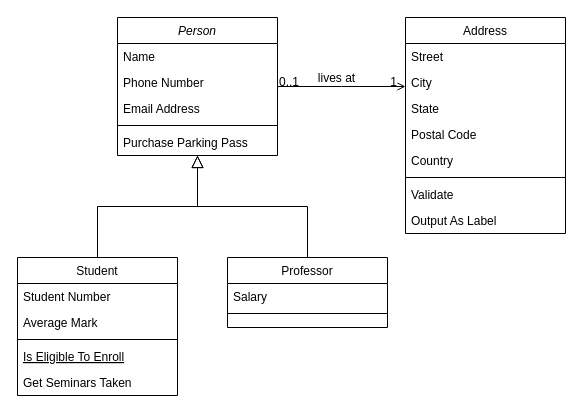
Earlier version of the draw.io diagram lib/src/main/java/com/josiah/training/exercises/spider/websiteSpider.drawio (0xjosiah/intro-to-java). Source tidied: cells renumbered, new cells numbered last; positions are measured from the earlier drawing's top-left corner, leaving out a move shared by most shapes. Both pictures are drawn from the tidied source at 100%, with x=0, y=0 at pixel (17, 17).
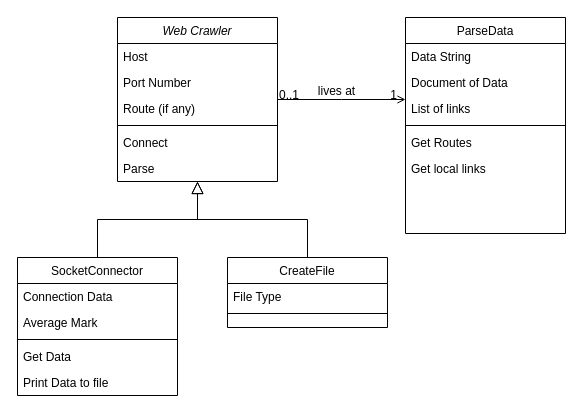
The same page after the edit.

What changed in the source:
```diff
@@
-    <mxCell id="2" value="Person" style="swimlane;fontStyle=2;align=center;verticalAlign=top;horizontal=1;startSize=26;rounded=0;shadow=0;strokeWidth=1;" parent="1" vertex="1">
-      <mxGeometry x="100" width="160" height="138" as="geometry" />
+    <mxCell id="2" value="Web Crawler" style="swimlane;fontStyle=2;align=center;verticalAlign=top;horizontal=1;startSize=26;rounded=0;shadow=0;strokeWidth=1;" parent="1" vertex="1">
+      <mxGeometry x="100" width="160" height="164" as="geometry" />
     </mxCell>
-    <mxCell id="3" value="Name" style="text;align=left;verticalAlign=top;spacingLeft=4;spacingRight=4;overflow=hidden;" parent="2" vertex="1">
+    <mxCell id="3" value="Host" style="text;align=left;verticalAlign=top;spacingLeft=4;spacingRight=4;overflow=hidden;" parent="2" vertex="1">
       <mxGeometry y="26" width="160" height="26" as="geometry" />
     </mxCell>
-    <mxCell id="4" value="Phone Number" style="text;align=left;verticalAlign=top;spacingLeft=4;spacingRight=4;overflow=hidden;rounded=0;shadow=0;html=0;" parent="2" vertex="1">
+    <mxCell id="4" value="Port Number" style="text;align=left;verticalAlign=top;spacingLeft=4;spacingRight=4;overflow=hidden;rounded=0;shadow=0;html=0;" parent="2" vertex="1">
       <mxGeometry y="52" width="160" height="26" as="geometry" />
     </mxCell>
-    <mxCell id="5" value="Email Address" style="text;align=left;verticalAlign=top;spacingLeft=4;spacingRight=4;overflow=hidden;rounded=0;shadow=0;html=0;" parent="2" vertex="1">
+    <mxCell id="5" value="Route (if any)" style="text;align=left;verticalAlign=top;spacingLeft=4;spacingRight=4;overflow=hidden;rounded=0;shadow=0;html=0;" parent="2" vertex="1">
       <mxGeometry y="78" width="160" height="26" as="geometry" />
     </mxCell>
@@
-    <mxCell id="7" value="Purchase Parking Pass" style="text;align=left;verticalAlign=top;spacingLeft=4;spacingRight=4;overflow=hidden;" parent="2" vertex="1">
+    <mxCell id="7" value="Connect" style="text;align=left;verticalAlign=top;spacingLeft=4;spacingRight=4;overflow=hidden;" parent="2" vertex="1">
       <mxGeometry y="112" width="160" height="26" as="geometry" />
     </mxCell>
+    <mxCell id="32" value="Parse" style="text;align=left;verticalAlign=top;spacingLeft=4;spacingRight=4;overflow=hidden;" parent="2" vertex="1">
+      <mxGeometry y="138" width="160" height="26" as="geometry" />
+    </mxCell>
-    <mxCell id="8" value="Student" style="swimlane;fontStyle=0;align=center;verticalAlign=top;horizontal=1;startSize=26;rounded=0;shadow=0;strokeWidth=1;" parent="1" vertex="1">
+    <mxCell id="8" value="SocketConnector" style="swimlane;fontStyle=0;align=center;verticalAlign=top;horizontal=1;startSize=26;rounded=0;shadow=0;strokeWidth=1;" parent="1" vertex="1">
       <mxGeometry y="240" width="160" height="138" as="geometry" />
     </mxCell>
-    <mxCell id="9" value="Student Number" style="text;align=left;verticalAlign=top;spacingLeft=4;spacingRight=4;overflow=hidden;" parent="8" vertex="1">
+    <mxCell id="9" value="Connection Data" style="text;align=left;verticalAlign=top;spacingLeft=4;spacingRight=4;overflow=hidden;" parent="8" vertex="1">
       <mxGeometry y="26" width="160" height="26" as="geometry" />
     </mxCell>
@@
-    <mxCell id="12" value="Is Eligible To Enroll" style="text;align=left;verticalAlign=top;spacingLeft=4;spacingRight=4;overflow=hidden;fontStyle=4;" parent="8" vertex="1">
+    <mxCell id="12" value="Get Data" style="text;align=left;verticalAlign=top;spacingLeft=4;spacingRight=4;overflow=hidden;fontStyle=0;" parent="8" vertex="1">
       <mxGeometry y="86" width="160" height="26" as="geometry" />
     </mxCell>
-    <mxCell id="13" value="Get Seminars Taken" style="text;align=left;verticalAlign=top;spacingLeft=4;spacingRight=4;overflow=hidden;" parent="8" vertex="1">
+    <mxCell id="13" value="Print Data to file" style="text;align=left;verticalAlign=top;spacingLeft=4;spacingRight=4;overflow=hidden;" parent="8" vertex="1">
       <mxGeometry y="112" width="160" height="26" as="geometry" />
     </mxCell>
@@
-    <mxCell id="15" value="Professor" style="swimlane;fontStyle=0;align=center;verticalAlign=top;horizontal=1;startSize=26;rounded=0;shadow=0;strokeWidth=1;" parent="1" vertex="1">
+    <mxCell id="15" value="CreateFile" style="swimlane;fontStyle=0;align=center;verticalAlign=top;horizontal=1;startSize=26;rounded=0;shadow=0;strokeWidth=1;" parent="1" vertex="1">
       <mxGeometry x="210" y="240" width="160" height="70" as="geometry" />
     </mxCell>
-    <mxCell id="16" value="Salary" style="text;align=left;verticalAlign=top;spacingLeft=4;spacingRight=4;overflow=hidden;" parent="15" vertex="1">
+    <mxCell id="16" value="File Type" style="text;align=left;verticalAlign=top;spacingLeft=4;spacingRight=4;overflow=hidden;" parent="15" vertex="1">
       <mxGeometry y="26" width="160" height="26" as="geometry" />
     </mxCell>
@@
-    <mxCell id="19" value="Address" style="swimlane;fontStyle=0;align=center;verticalAlign=top;horizontal=1;startSize=26;rounded=0;shadow=0;strokeWidth=1;" parent="1" vertex="1">
+    <mxCell id="19" value="ParseData" style="swimlane;fontStyle=0;align=center;verticalAlign=top;horizontal=1;startSize=26;rounded=0;shadow=0;strokeWidth=1;" parent="1" vertex="1">
       <mxGeometry x="388" width="160" height="216" as="geometry" />
     </mxCell>
-    <mxCell id="20" value="Street" style="text;align=left;verticalAlign=top;spacingLeft=4;spacingRight=4;overflow=hidden;" parent="19" vertex="1">
+    <mxCell id="20" value="Data String" style="text;align=left;verticalAlign=top;spacingLeft=4;spacingRight=4;overflow=hidden;" parent="19" vertex="1">
       <mxGeometry y="26" width="160" height="26" as="geometry" />
     </mxCell>
-    <mxCell id="21" value="City" style="text;align=left;verticalAlign=top;spacingLeft=4;spacingRight=4;overflow=hidden;rounded=0;shadow=0;html=0;" parent="19" vertex="1">
+    <mxCell id="21" value="Document of Data" style="text;align=left;verticalAlign=top;spacingLeft=4;spacingRight=4;overflow=hidden;rounded=0;shadow=0;html=0;" parent="19" vertex="1">
       <mxGeometry y="52" width="160" height="26" as="geometry" />
     </mxCell>
-    <mxCell id="22" value="State" style="text;align=left;verticalAlign=top;spacingLeft=4;spacingRight=4;overflow=hidden;rounded=0;shadow=0;html=0;" parent="19" vertex="1">
+    <mxCell id="22" value="List of links" style="text;align=left;verticalAlign=top;spacingLeft=4;spacingRight=4;overflow=hidden;rounded=0;shadow=0;html=0;" parent="19" vertex="1">
       <mxGeometry y="78" width="160" height="26" as="geometry" />
     </mxCell>
-    <mxCell id="23" value="Postal Code" style="text;align=left;verticalAlign=top;spacingLeft=4;spacingRight=4;overflow=hidden;rounded=0;shadow=0;html=0;" parent="19" vertex="1">
-      <mxGeometry y="104" width="160" height="26" as="geometry" />
-    </mxCell>
-    <mxCell id="24" value="Country" style="text;align=left;verticalAlign=top;spacingLeft=4;spacingRight=4;overflow=hidden;rounded=0;shadow=0;html=0;" parent="19" vertex="1">
-      <mxGeometry y="130" width="160" height="26" as="geometry" />
-    </mxCell>
     <mxCell id="25" style="line;html=1;strokeWidth=1;align=left;verticalAlign=middle;spacingTop=-1;spacingLeft=3;spacingRight=3;labelPosition=right;" parent="19" vertex="1">
-      <mxGeometry y="156" width="160" height="8" as="geometry" />
+      <mxGeometry y="104" width="160" height="8" as="geometry" />
     </mxCell>
-    <mxCell id="26" value="Validate" style="text;align=left;verticalAlign=top;spacingLeft=4;spacingRight=4;overflow=hidden;" parent="19" vertex="1">
-      <mxGeometry y="164" width="160" height="26" as="geometry" />
+    <mxCell id="26" value="Get Routes" style="text;align=left;verticalAlign=top;spacingLeft=4;spacingRight=4;overflow=hidden;" parent="19" vertex="1">
+      <mxGeometry y="112" width="160" height="26" as="geometry" />
     </mxCell>
-    <mxCell id="27" value="Output As Label" style="text;align=left;verticalAlign=top;spacingLeft=4;spacingRight=4;overflow=hidden;" parent="19" vertex="1">
-      <mxGeometry y="190" width="160" height="26" as="geometry" />
+    <mxCell id="27" value="Get local links" style="text;align=left;verticalAlign=top;spacingLeft=4;spacingRight=4;overflow=hidden;" parent="19" vertex="1">
+      <mxGeometry y="138" width="160" height="26" as="geometry" />
     </mxCell>
```
